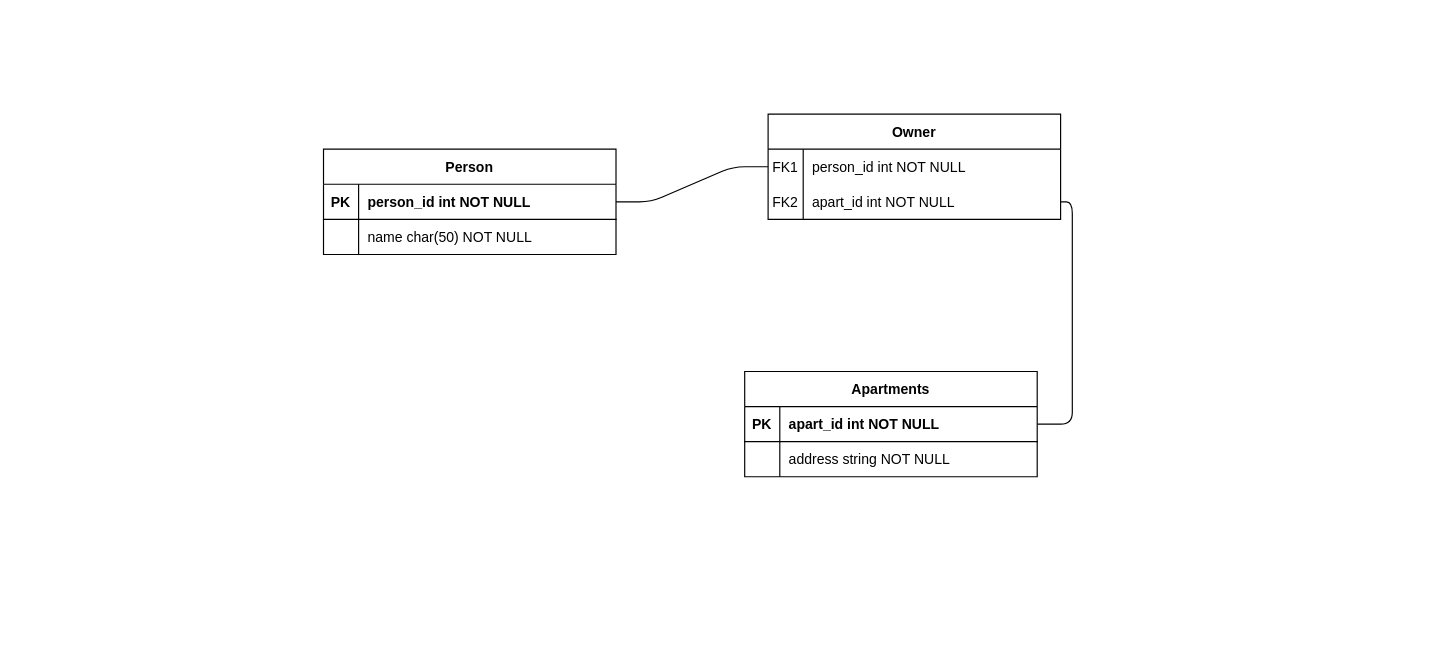
Earlier version of the draw.io diagram database_schema.drawio (pclmatos/ciai-tp). Source tidied: cells renumbered, new cells numbered last; positions are measured from the earlier drawing's top-left corner, leaving out a move shared by most shapes. Both pictures are drawn from the tidied source at 117%, with x=0, y=0 at pixel (323, 113).
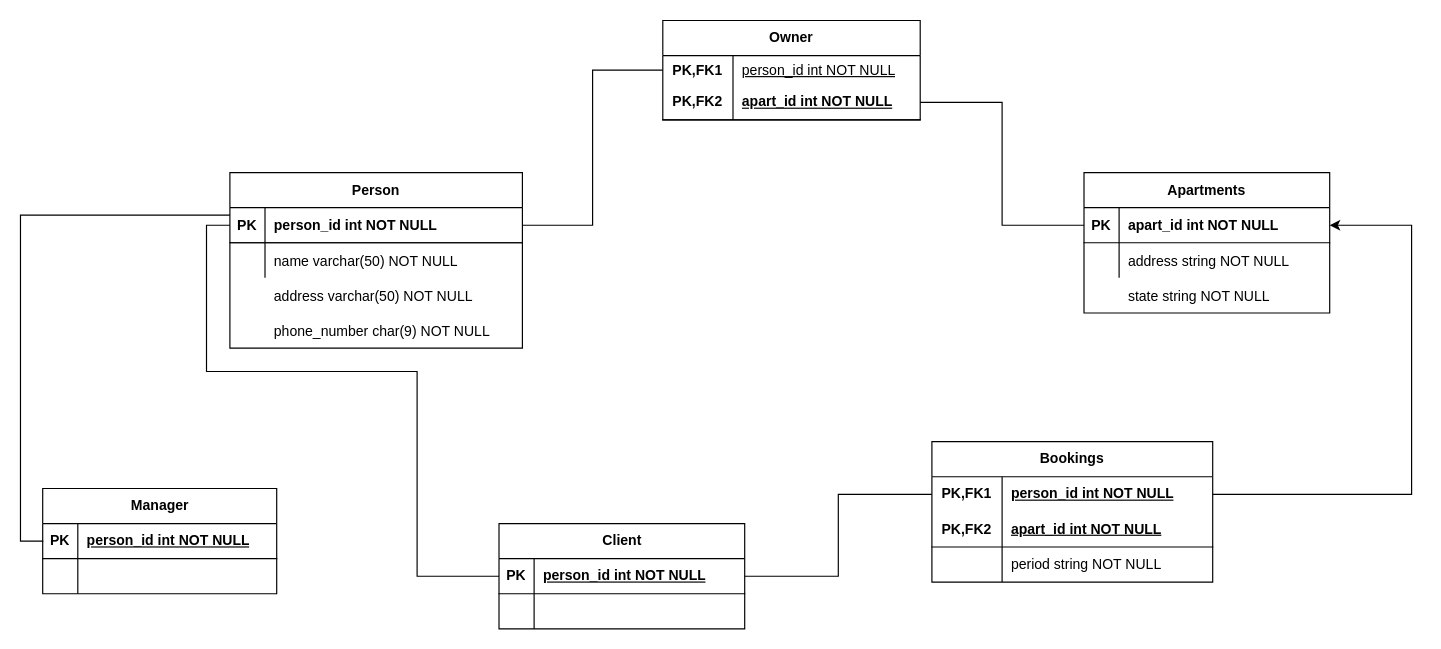
Above is the later version.

Commit message:
added client and bookings table

The change refers to these unchanged cells:
```xml
<mxCell id="12" style="shape=partialRectangle;fillColor=none;points=[[0,0.5],[1,0.5]];portConstraint=eastwest;top=0;left=0;right=0;bottom=1;" parent="11" vertex="1">
  <mxGeometry y="30" width="250" height="30" as="geometry" />
</mxCell>
<mxCell id="15" style="shape=partialRectangle;fillColor=none;top=0;left=0;right=0;bottom=0;" parent="11" vertex="1">
  <mxGeometry y="60" width="250" height="30" as="geometry" />
</mxCell>
```

Diff of the diagram source:
```diff
@@
-    <mxCell id="2" style="edgeStyle=entityRelationEdgeStyle;endArrow=none;startArrow=none;endFill=0;startFill=0;" parent="1" edge="1" source="12" target="5">
-      <mxGeometry relative="1" as="geometry" />
-    </mxCell>
-    <mxCell id="3" style="endArrow=none;startArrow=none;endFill=0;startFill=0;entryX=1;entryY=0.5;entryDx=0;entryDy=0;edgeStyle=orthogonalEdgeStyle;exitX=1;exitY=0.5;exitDx=0;exitDy=0;" parent="1" edge="1" source="8" target="19">
-      <mxGeometry relative="1" as="geometry" />
-    </mxCell>
-    <mxCell id="4" value="Owner" style="shape=table;startSize=30;childLayout=tableLayout;rowLines=0;fontStyle=1;align=center;" parent="1" vertex="1">
-      <mxGeometry x="380" width="250" height="90" as="geometry" />
-    </mxCell>
-    <mxCell id="5" style="shape=partialRectangle;fillColor=none;points=[[0,0.5],[1,0.5]];portConstraint=eastwest;top=0;left=0;right=0;bottom=0;" parent="4" vertex="1">
-      <mxGeometry y="30" width="250" height="30" as="geometry" />
-    </mxCell>
-    <mxCell id="6" value="FK1" style="shape=partialRectangle;overflow=hidden;fillColor=none;top=0;left=0;bottom=0;right=0;" parent="5" vertex="1">
-      <mxGeometry width="30" height="30" as="geometry" />
-    </mxCell>
-    <mxCell id="7" value="person_id int NOT NULL" style="shape=partialRectangle;overflow=hidden;fillColor=none;top=0;left=0;bottom=0;right=0;align=left;spacingLeft=6;" parent="5" vertex="1">
-      <mxGeometry x="30" width="220" height="30" as="geometry" />
-    </mxCell>
-    <mxCell id="8" style="shape=partialRectangle;fillColor=none;points=[[0,0.5],[1,0.5]];portConstraint=eastwest;top=0;left=0;right=0;bottom=0;" parent="4" vertex="1">
-      <mxGeometry y="60" width="250" height="30" as="geometry" />
-    </mxCell>
-    <mxCell id="9" value="FK2" style="shape=partialRectangle;overflow=hidden;fillColor=none;top=0;left=0;bottom=0;right=0;" parent="8" vertex="1">
-      <mxGeometry width="30" height="30" as="geometry" />
-    </mxCell>
-    <mxCell id="10" value="apart_id int NOT NULL" style="shape=partialRectangle;overflow=hidden;fillColor=none;top=0;left=0;bottom=0;right=0;align=left;spacingLeft=6;" parent="8" vertex="1">
-      <mxGeometry x="30" width="220" height="30" as="geometry" />
-    </mxCell>
-    <mxCell id="11" value="Person" style="shape=table;startSize=30;childLayout=tableLayout;rowLines=0;fontStyle=1;align=center;" parent="1" vertex="1">
-      <mxGeometry y="30" width="250" height="90" as="geometry" />
+    <mxCell id="11" value="Person" style="shape=table;startSize=30;childLayout=tableLayout;rowLines=1;fontStyle=1;align=center;shadow=0;" parent="1" vertex="1">
+      <mxGeometry x="-80" y="50" width="250" height="150" as="geometry" />
     </mxCell>
@@
-    <mxCell id="17" value="name char(50) NOT NULL" style="shape=partialRectangle;overflow=hidden;fillColor=none;top=0;left=0;bottom=0;right=0;align=left;spacingLeft=6;" parent="15" vertex="1">
+    <mxCell id="17" value="name varchar(50) NOT NULL" style="shape=partialRectangle;overflow=hidden;fillColor=none;top=0;left=0;bottom=0;right=0;align=left;spacingLeft=6;" parent="15" vertex="1">
       <mxGeometry x="30" width="220" height="30" as="geometry" />
     </mxCell>
     <mxCell id="18" value="Apartments" style="shape=table;startSize=30;childLayout=tableLayout;rowLines=0;fontStyle=1;align=center;" parent="1" vertex="1">
-      <mxGeometry x="360" y="220" width="250" height="90" as="geometry" />
+      <mxGeometry x="650" y="50" width="210" height="120" as="geometry" />
     </mxCell>
     <mxCell id="19" style="shape=partialRectangle;fillColor=none;points=[[0,0.5],[1,0.5]];portConstraint=eastwest;top=0;left=0;right=0;bottom=1;" parent="18" vertex="1">
-      <mxGeometry y="30" width="250" height="30" as="geometry" />
+      <mxGeometry y="30" width="210" height="30" as="geometry" />
     </mxCell>
@@
     <mxCell id="21" value="apart_id int NOT NULL " style="shape=partialRectangle;overflow=hidden;fillColor=none;top=0;left=0;bottom=0;right=0;align=left;spacingLeft=6;fontStyle=1;" parent="19" vertex="1">
-      <mxGeometry x="30" width="220" height="30" as="geometry" />
+      <mxGeometry x="30" width="180" height="30" as="geometry" />
     </mxCell>
     <mxCell id="22" style="shape=partialRectangle;fillColor=none;top=0;left=0;right=0;bottom=0;" parent="18" vertex="1">
-      <mxGeometry y="60" width="250" height="30" as="geometry" />
+      <mxGeometry y="60" width="210" height="30" as="geometry" />
     </mxCell>
@@
     <mxCell id="24" value="address string NOT NULL" style="shape=partialRectangle;overflow=hidden;fillColor=none;top=0;left=0;bottom=0;right=0;align=left;spacingLeft=6;" parent="22" vertex="1">
-      <mxGeometry x="30" width="220" height="30" as="geometry" />
+      <mxGeometry x="30" width="180" height="30" as="geometry" />
     </mxCell>
+    <mxCell id="25" value="address varchar(50) NOT NULL" style="shape=partialRectangle;overflow=hidden;fillColor=none;top=0;left=0;bottom=0;right=0;align=left;spacingLeft=6;perimeterSpacing=0;strokeColor=default;" parent="1" vertex="1">
+      <mxGeometry x="-50" y="140" width="220" height="30" as="geometry" />
+    </mxCell>
+    <mxCell id="26" style="shape=partialRectangle;overflow=hidden;top=0;left=0;bottom=0;right=0;fillColor=none;strokeWidth=1;" parent="1" vertex="1">
+      <mxGeometry x="-80" y="140" width="30" height="30" as="geometry" />
+    </mxCell>
+    <mxCell id="27" value="Manager" style="shape=table;startSize=30;childLayout=tableLayout;rowLines=0;fontStyle=1;align=center;html=1;" parent="1" vertex="1">
+      <mxGeometry x="-240" y="320" width="200" height="90" as="geometry" />
+    </mxCell>
+    <mxCell id="28" style="shape=tableRow;horizontal=0;startSize=0;swimlaneHead=0;swimlaneBody=0;fillColor=none;top=0;left=0;right=0;bottom=1;" parent="27" vertex="1">
+      <mxGeometry y="30" width="200" height="30" as="geometry" />
+    </mxCell>
+    <mxCell id="29" value="PK" style="shape=partialRectangle;fillColor=none;top=0;left=0;bottom=0;right=0;fontStyle=1;overflow=hidden;whiteSpace=wrap;html=1;" parent="28" vertex="1">
+      <mxGeometry width="30" height="30" as="geometry" />
+    </mxCell>
+    <mxCell id="30" value="person_id int NOT NULL" style="shape=partialRectangle;fillColor=none;top=0;left=0;bottom=0;right=0;align=left;spacingLeft=6;fontStyle=5;overflow=hidden;whiteSpace=wrap;html=1;" parent="28" vertex="1">
+      <mxGeometry x="30" width="170" height="30" as="geometry" />
+    </mxCell>
+    <mxCell id="31" style="shape=tableRow;horizontal=0;startSize=0;swimlaneHead=0;swimlaneBody=0;fillColor=none;top=0;left=0;right=0;bottom=0;" parent="27" vertex="1">
+      <mxGeometry y="60" width="200" height="30" as="geometry" />
+    </mxCell>
+    <mxCell id="32" style="shape=partialRectangle;fillColor=none;top=0;left=0;bottom=0;right=0;overflow=hidden;whiteSpace=wrap;html=1;" parent="31" vertex="1">
+      <mxGeometry width="30" height="30" as="geometry" />
+    </mxCell>
+    <mxCell id="33" style="shape=partialRectangle;fillColor=none;top=0;left=0;bottom=0;right=0;align=left;spacingLeft=6;overflow=hidden;whiteSpace=wrap;html=1;" parent="31" vertex="1">
+      <mxGeometry x="30" width="170" height="30" as="geometry" />
+    </mxCell>
+    <mxCell id="34" value="Client" style="shape=table;startSize=30;childLayout=tableLayout;rowLines=0;fontStyle=1;align=center;html=1;" parent="1" vertex="1">
+      <mxGeometry x="150" y="350" width="210" height="90" as="geometry" />
+    </mxCell>
+    <mxCell id="35" style="shape=tableRow;horizontal=0;startSize=0;swimlaneHead=0;swimlaneBody=0;fillColor=none;points=[[0,0.5],[1,0.5]];portConstraint=eastwest;top=0;left=0;right=0;bottom=1;" parent="34" vertex="1">
+      <mxGeometry y="30" width="210" height="30" as="geometry" />
+    </mxCell>
+    <mxCell id="36" value="PK" style="shape=partialRectangle;fillColor=none;top=0;left=0;bottom=0;right=0;fontStyle=1;overflow=hidden;whiteSpace=wrap;html=1;" parent="35" vertex="1">
+      <mxGeometry width="30" height="30" as="geometry" />
+    </mxCell>
+    <mxCell id="37" value="person_id int NOT NULL" style="shape=partialRectangle;fillColor=none;top=0;left=0;bottom=0;right=0;align=left;spacingLeft=6;fontStyle=5;overflow=hidden;whiteSpace=wrap;html=1;" parent="35" vertex="1">
+      <mxGeometry x="30" width="180" height="30" as="geometry" />
+    </mxCell>
+    <mxCell id="38" style="shape=tableRow;horizontal=0;startSize=0;swimlaneHead=0;swimlaneBody=0;fillColor=none;top=0;left=0;right=0;bottom=0;" parent="34" vertex="1">
+      <mxGeometry y="60" width="210" height="30" as="geometry" />
+    </mxCell>
+    <mxCell id="39" style="shape=partialRectangle;fillColor=none;top=0;left=0;bottom=0;right=0;overflow=hidden;whiteSpace=wrap;html=1;" parent="38" vertex="1">
+      <mxGeometry width="30" height="30" as="geometry" />
+    </mxCell>
+    <mxCell id="40" style="shape=partialRectangle;fillColor=none;top=0;left=0;bottom=0;right=0;align=left;spacingLeft=6;overflow=hidden;whiteSpace=wrap;html=1;" parent="38" vertex="1">
+      <mxGeometry x="30" width="180" height="30" as="geometry" />
+    </mxCell>
+    <mxCell id="41" style="edgeStyle=orthogonalEdgeStyle;rounded=0;orthogonalLoop=1;jettySize=auto;html=1;entryX=-0.002;entryY=0.211;entryDx=0;entryDy=0;entryPerimeter=0;endArrow=none;endFill=0;" parent="1" edge="1">
+      <mxGeometry relative="1" as="geometry">
+        <mxPoint x="-239.5" y="365" as="sourcePoint" />
+        <mxPoint x="-80" y="86.3" as="targetPoint" />
+        <Array as="points">
+          <mxPoint x="-259" y="365" />
+          <mxPoint x="-259" y="86" />
+        </Array>
+      </mxGeometry>
+    </mxCell>
+    <mxCell id="42" style="edgeStyle=orthogonalEdgeStyle;rounded=0;jettySize=auto;html=1;entryX=0;entryY=0.5;entryDx=0;entryDy=0;endArrow=none;endFill=0;exitX=0;exitY=0.5;exitDx=0;exitDy=0;" parent="1" edge="1" source="35" target="12">
+      <mxGeometry relative="1" as="geometry">
+        <Array as="points">
+          <mxPoint x="80" y="395" />
+          <mxPoint x="80" y="220" />
+          <mxPoint x="-100" y="220" />
+          <mxPoint x="-100" y="95" />
+        </Array>
+      </mxGeometry>
+    </mxCell>
+    <mxCell id="43" value="state string NOT NULL" style="shape=partialRectangle;overflow=hidden;fillColor=none;top=0;left=0;bottom=0;right=0;align=left;spacingLeft=6;" parent="1" vertex="1">
+      <mxGeometry x="680" y="140" width="180" height="30" as="geometry" />
+    </mxCell>
+    <mxCell id="4" value="Owner" style="shape=table;startSize=30;childLayout=tableLayout;rowLines=0;fontStyle=1;align=center;html=1;whiteSpace=wrap;" parent="1" vertex="1">
+      <mxGeometry x="290" y="-80" width="220" height="85" as="geometry" />
+    </mxCell>
+    <mxCell id="44" style="shape=tableRow;horizontal=0;startSize=0;swimlaneHead=0;swimlaneBody=0;fillColor=none;points=[[0,0.5],[1,0.5]];portConstraint=eastwest;top=0;left=0;right=0;bottom=0;html=1;" parent="4" vertex="1">
+      <mxGeometry y="30" width="220" height="25" as="geometry" />
+    </mxCell>
+    <mxCell id="45" value="PK,FK1" style="shape=partialRectangle;fillColor=none;top=0;left=0;bottom=0;right=0;fontStyle=1;overflow=hidden;html=1;whiteSpace=wrap;" parent="44" vertex="1">
+      <mxGeometry width="60" height="25" as="geometry" />
+    </mxCell>
+    <mxCell id="46" value="&lt;span style=&quot;font-weight: 400;&quot;&gt;person_id int NOT NULL&lt;/span&gt;" style="shape=partialRectangle;fillColor=none;top=0;left=0;bottom=0;right=0;align=left;spacingLeft=6;fontStyle=5;overflow=hidden;html=1;whiteSpace=wrap;" parent="44" vertex="1">
+      <mxGeometry x="60" width="160" height="25" as="geometry" />
+    </mxCell>
+    <mxCell id="47" style="shape=tableRow;horizontal=0;startSize=0;swimlaneHead=0;swimlaneBody=0;fillColor=none;points=[[0,0.5],[1,0.5]];portConstraint=eastwest;top=0;left=0;right=0;bottom=1;html=1;" parent="4" vertex="1">
+      <mxGeometry y="55" width="220" height="30" as="geometry" />
+    </mxCell>
+    <mxCell id="48" value="PK,FK2" style="shape=partialRectangle;fillColor=none;top=0;left=0;bottom=0;right=0;fontStyle=1;overflow=hidden;html=1;whiteSpace=wrap;" parent="47" vertex="1">
+      <mxGeometry width="60" height="30" as="geometry" />
+    </mxCell>
+    <mxCell id="49" value="apart_id int NOT NULL" style="shape=partialRectangle;fillColor=none;top=0;left=0;bottom=0;right=0;align=left;spacingLeft=6;fontStyle=5;overflow=hidden;html=1;whiteSpace=wrap;" parent="47" vertex="1">
+      <mxGeometry x="60" width="160" height="30" as="geometry" />
+    </mxCell>
+    <mxCell id="50" style="edgeStyle=orthogonalEdgeStyle;rounded=0;jettySize=auto;html=1;endArrow=none;endFill=0;" parent="1" edge="1" source="47" target="19">
+      <mxGeometry relative="1" as="geometry" />
+    </mxCell>
+    <mxCell id="51" style="edgeStyle=orthogonalEdgeStyle;rounded=0;jettySize=auto;html=1;endArrow=none;endFill=0;" parent="1" edge="1" source="44" target="12">
+      <mxGeometry relative="1" as="geometry" />
+    </mxCell>
+    <mxCell id="52" value="Bookings" style="shape=table;startSize=30;childLayout=tableLayout;rowLines=0;fontStyle=1;align=center;html=1;whiteSpace=wrap;" parent="1" vertex="1">
+      <mxGeometry x="520" y="280" width="240" height="120" as="geometry" />
+    </mxCell>
+    <mxCell id="53" style="shape=tableRow;horizontal=0;startSize=0;swimlaneHead=0;swimlaneBody=0;fillColor=none;points=[[0,0.5],[1,0.5]];portConstraint=eastwest;top=0;left=0;right=0;bottom=0;html=1;" parent="52" vertex="1">
+      <mxGeometry y="30" width="240" height="30" as="geometry" />
+    </mxCell>
+    <mxCell id="54" value="PK,FK1" style="shape=partialRectangle;fillColor=none;top=0;left=0;bottom=0;right=0;fontStyle=1;overflow=hidden;html=1;whiteSpace=wrap;" parent="53" vertex="1">
+      <mxGeometry width="60" height="30" as="geometry" />
+    </mxCell>
+    <mxCell id="55" value="person_id int NOT NULL" style="shape=partialRectangle;fillColor=none;top=0;left=0;bottom=0;right=0;align=left;spacingLeft=6;fontStyle=5;overflow=hidden;html=1;whiteSpace=wrap;" parent="53" vertex="1">
+      <mxGeometry x="60" width="180" height="30" as="geometry" />
+    </mxCell>
+    <mxCell id="56" style="shape=tableRow;horizontal=0;startSize=0;swimlaneHead=0;swimlaneBody=0;fillColor=none;top=0;left=0;right=0;bottom=1;html=1;" parent="52" vertex="1">
+      <mxGeometry y="60" width="240" height="30" as="geometry" />
+    </mxCell>
+    <mxCell id="57" value="PK,FK2" style="shape=partialRectangle;fillColor=none;top=0;left=0;bottom=0;right=0;fontStyle=1;overflow=hidden;html=1;whiteSpace=wrap;" parent="56" vertex="1">
+      <mxGeometry width="60" height="30" as="geometry" />
+    </mxCell>
+    <mxCell id="58" value="apart_id int NOT NULL" style="shape=partialRectangle;fillColor=none;top=0;left=0;bottom=0;right=0;align=left;spacingLeft=6;fontStyle=5;overflow=hidden;html=1;whiteSpace=wrap;" parent="56" vertex="1">
+      <mxGeometry x="60" width="180" height="30" as="geometry" />
+    </mxCell>
+    <mxCell id="59" style="shape=tableRow;horizontal=0;startSize=0;swimlaneHead=0;swimlaneBody=0;fillColor=none;top=0;left=0;right=0;bottom=0;html=1;" parent="52" vertex="1">
+      <mxGeometry y="90" width="240" height="30" as="geometry" />
+    </mxCell>
+    <mxCell id="60" style="shape=partialRectangle;fillColor=none;top=0;left=0;bottom=0;right=0;overflow=hidden;html=1;whiteSpace=wrap;" parent="59" vertex="1">
+      <mxGeometry width="60" height="30" as="geometry" />
+    </mxCell>
+    <mxCell id="61" value="period string NOT NULL" style="shape=partialRectangle;fillColor=none;top=0;left=0;bottom=0;right=0;align=left;spacingLeft=6;overflow=hidden;html=1;whiteSpace=wrap;" parent="59" vertex="1">
+      <mxGeometry x="60" width="180" height="30" as="geometry" />
+    </mxCell>
+    <mxCell id="62" style="edgeStyle=orthogonalEdgeStyle;rounded=0;jettySize=auto;html=1;entryX=0;entryY=0.5;entryDx=0;entryDy=0;endArrow=none;endFill=0;" parent="1" edge="1" source="35" target="53">
+      <mxGeometry relative="1" as="geometry" />
+    </mxCell>
+    <mxCell id="63" style="edgeStyle=orthogonalEdgeStyle;rounded=0;jettySize=auto;html=1;entryX=1;entryY=0.5;entryDx=0;entryDy=0;" parent="1" edge="1" source="53" target="19">
+      <mxGeometry relative="1" as="geometry">
+        <Array as="points">
+          <mxPoint x="930" y="325" />
+          <mxPoint x="930" y="95" />
+        </Array>
+      </mxGeometry>
+    </mxCell>
+    <mxCell id="64" value="phone_number char(9) NOT NULL" style="shape=partialRectangle;overflow=hidden;fillColor=none;top=0;left=0;bottom=0;right=0;align=left;spacingLeft=6;perimeterSpacing=0;strokeColor=default;" parent="1" vertex="1">
+      <mxGeometry x="-50" y="170" width="220" height="30" as="geometry" />
+    </mxCell>
+    <mxCell id="65" style="shape=partialRectangle;overflow=hidden;top=0;left=0;bottom=0;right=0;fillColor=none;strokeWidth=1;" parent="1" vertex="1">
+      <mxGeometry x="-80" y="170" width="30" height="30" as="geometry" />
+    </mxCell>
```
